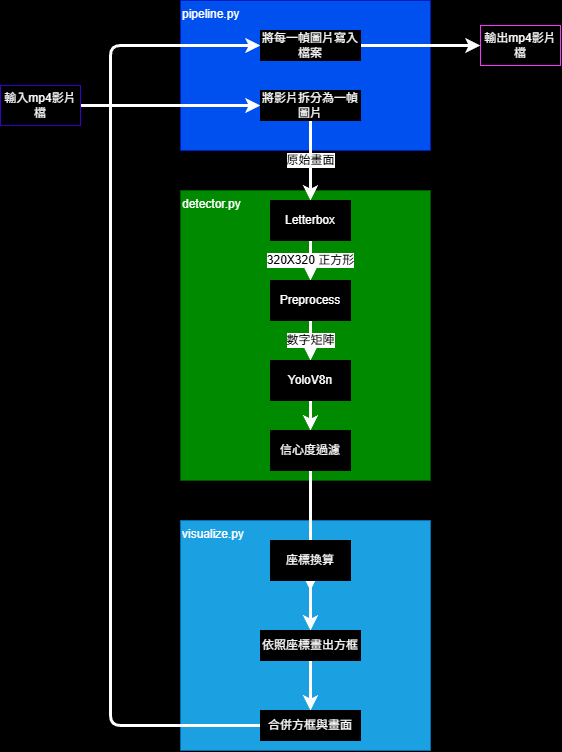
gordonpow/-Embedded-image-processing keeps this draw.io diagram as 1/img/流程圖.png. Above is the earlier version. Source tidied: cells renumbered, new cells last; positions are measured from the earlier drawing's top-left corner, leaving out a move shared by most shapes.
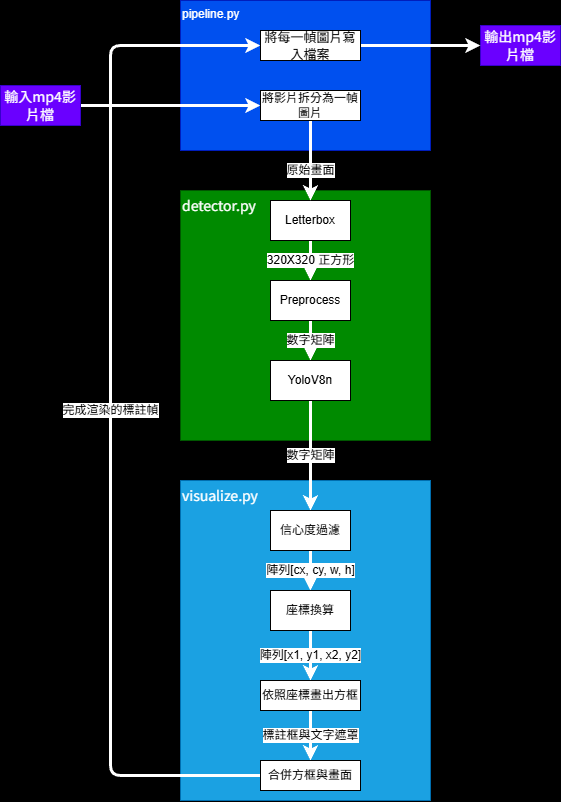
Above is the later version.

Commit message:
feat : 修改架構圖

The edit, as a diff of the source:
```diff
@@ -1,88 +1,88 @@
-<mxGraphModel background="light-dark(#000000,#000000)">
+<mxGraphModel background="#000000">
   <root>
     <mxCell id="0" />
     <mxCell id="1" parent="0" />
-    <mxCell id="2" value="pipeline.py" style="whiteSpace=wrap;fillColor=#0050ef;fontColor=light-dark(#FFFFFF,#FFFFFF);strokeColor=#001DBC;verticalAlign=top;align=left;html=1;" parent="1" vertex="1">
+    <mxCell id="2" value="pipeline.py" style="whiteSpace=wrap;html=1;fillColor=#0050ef;fontColor=#ffffff;strokeColor=#001DBC;verticalAlign=top;align=left;" parent="1" vertex="1">
       <mxGeometry x="180" width="250" height="150" as="geometry" />
     </mxCell>
-    <mxCell id="3" value="detector.py" style="whiteSpace=wrap;verticalAlign=top;align=left;fillColor=#008a00;fontColor=light-dark(#FFFFFF,#FFFFFF);strokeColor=#005700;labelBackgroundColor=none;html=1;" parent="1" vertex="1">
-      <mxGeometry x="180" y="190" width="250" height="290" as="geometry" />
+    <mxCell id="3" value="&lt;span style=&quot;color: rgb(255, 255, 255); font-family: &amp;quot;Noto Sans TC&amp;quot;, sans-serif; font-size: 14px; font-style: normal; font-variant-ligatures: normal; font-variant-caps: normal; font-weight: 400; letter-spacing: normal; orphans: 2; text-indent: 0px; text-transform: none; widows: 2; word-spacing: 0px; -webkit-text-stroke-width: 0px; text-decoration-thickness: initial; text-decoration-style: initial; text-decoration-color: initial; float: none; display: inline !important;&quot;&gt;detector.py&lt;/span&gt;" style="whiteSpace=wrap;html=1;verticalAlign=top;align=left;fillColor=#008a00;fontColor=#ffffff;strokeColor=#005700;labelBackgroundColor=none;" parent="1" vertex="1">
+      <mxGeometry x="180" y="190" width="250" height="250" as="geometry" />
     </mxCell>
-    <mxCell id="4" value="visualize.py" style="whiteSpace=wrap;align=left;verticalAlign=top;fillColor=#1ba1e2;fontColor=light-dark(#FFFFFF,#FFFFFF);strokeColor=#006EAF;labelBackgroundColor=none;html=1;" parent="1" vertex="1">
-      <mxGeometry x="180" y="520" width="250" height="230" as="geometry" />
+    <mxCell id="4" value="&lt;span style=&quot;color: rgb(255, 255, 255); font-family: &amp;quot;Noto Sans TC&amp;quot;, sans-serif; font-size: 14px; font-style: normal; font-variant-ligatures: normal; font-variant-caps: normal; font-weight: 400; letter-spacing: normal; orphans: 2; text-indent: 0px; text-transform: none; widows: 2; word-spacing: 0px; -webkit-text-stroke-width: 0px; text-decoration-thickness: initial; text-decoration-style: initial; text-decoration-color: initial; float: none; display: inline !important;&quot;&gt;&lt;span style=&quot;&quot;&gt;visualize&lt;/span&gt;.py&lt;/span&gt;" style="whiteSpace=wrap;html=1;align=left;verticalAlign=top;fillColor=#1ba1e2;fontColor=#ffffff;strokeColor=#006EAF;labelBackgroundColor=none;" parent="1" vertex="1">
+      <mxGeometry x="180" y="480" width="250" height="320" as="geometry" />
     </mxCell>
-    <mxCell id="5" value="輸出mp4影片檔" style="fillColor=light-dark(#000000,#000000);fontColor=light-dark(#FFFFFF,#FFFFFF);strokeColor=light-dark(#FF33FF,#FF33FF);labelBorderColor=none;labelBackgroundColor=none;fillStyle=auto;html=1;whiteSpace=wrap;gradientColor=none;" parent="1" vertex="1">
+    <mxCell id="5" value="&lt;font face=&quot;Noto Sans TC, sans-serif&quot; color=&quot;#ffffff&quot;&gt;&lt;span style=&quot;font-size: 14px;&quot;&gt;輸出mp4影片檔&lt;/span&gt;&lt;/font&gt;" style="whiteSpace=wrap;html=1;fillColor=#6a00ff;fontColor=#ffffff;strokeColor=#3700CC;labelBorderColor=none;labelBackgroundColor=none;" parent="1" vertex="1">
       <mxGeometry x="480" y="25" width="80" height="40" as="geometry" />
     </mxCell>
-    <mxCell id="6" value="320X320 正方形" style="edgeStyle=none;html=1;exitX=0.5;exitY=1;exitDx=0;exitDy=0;fontSize=12;strokeWidth=3;strokeColor=light-dark(#FFFFFF,#FFFFFF);" parent="1" edge="1" source="7">
+    <mxCell id="6" value="320X320 正方形" style="edgeStyle=none;html=1;exitX=0.5;exitY=1;exitDx=0;exitDy=0;fontSize=12;strokeWidth=3;strokeColor=#FFFFFF;" parent="1" edge="1" source="7">
       <mxGeometry relative="1" as="geometry">
         <mxPoint x="310" y="280" as="targetPoint" />
       </mxGeometry>
     </mxCell>
-    <mxCell id="7" value="Letterbox" style="whiteSpace=wrap;html=1;fontColor=light-dark(#FFFFFF,#FFFFFF);fillColor=light-dark(#000000,#000000);fillStyle=solid;" parent="1" vertex="1">
+    <mxCell id="7" value="Letterbox" style="whiteSpace=wrap;html=1;" parent="1" vertex="1">
       <mxGeometry x="270" y="200" width="80" height="40" as="geometry" />
     </mxCell>
-    <mxCell id="8" value="數字矩陣" style="edgeStyle=none;html=1;exitX=0.5;exitY=1;exitDx=0;exitDy=0;fontSize=12;strokeWidth=3;strokeColor=light-dark(#FFFFFF,#FFFFFF);" parent="1" edge="1" source="9">
+    <mxCell id="8" value="數字矩陣" style="edgeStyle=none;html=1;exitX=0.5;exitY=1;exitDx=0;exitDy=0;fontSize=12;strokeWidth=3;strokeColor=#FFFFFF;" parent="1" edge="1" source="9">
       <mxGeometry relative="1" as="geometry">
         <mxPoint x="310" y="360" as="targetPoint" />
       </mxGeometry>
     </mxCell>
-    <mxCell id="9" value="Preprocess" style="whiteSpace=wrap;html=1;fontColor=light-dark(#FFFFFF,#FFFFFF);fillColor=light-dark(#000000,#000000);fillStyle=solid;" parent="1" vertex="1">
+    <mxCell id="9" value="Preprocess" style="whiteSpace=wrap;html=1;" parent="1" vertex="1">
       <mxGeometry x="270" y="280" width="80" height="40" as="geometry" />
     </mxCell>
-    <mxCell id="10" style="edgeStyle=none;html=1;exitX=0.5;exitY=1;exitDx=0;exitDy=0;entryX=0.5;entryY=0;entryDx=0;entryDy=0;fontSize=12;strokeWidth=3;strokeColor=light-dark(#FFFFFF,#FFFFFF);" parent="1" edge="1" source="11" target="13">
+    <mxCell id="10" value="數字矩陣" style="edgeStyle=none;html=1;exitX=0.5;exitY=1;exitDx=0;exitDy=0;entryX=0.5;entryY=0;entryDx=0;entryDy=0;fontSize=12;strokeWidth=3;strokeColor=#FFFFFF;" parent="1" edge="1" source="11" target="13">
       <mxGeometry relative="1" as="geometry" />
     </mxCell>
-    <mxCell id="11" value="YoloV8n" style="whiteSpace=wrap;html=1;fontColor=light-dark(#FFFFFF,#FFFFFF);fillColor=light-dark(#000000,#000000);fillStyle=solid;" parent="1" vertex="1">
+    <mxCell id="11" value="YoloV8n" style="whiteSpace=wrap;html=1;" parent="1" vertex="1">
       <mxGeometry x="270" y="360" width="80" height="40" as="geometry" />
     </mxCell>
-    <mxCell id="12" style="edgeStyle=none;html=1;exitX=0.5;exitY=1;exitDx=0;exitDy=0;fontSize=12;strokeWidth=3;strokeColor=light-dark(#FFFFFF,#FFFFFF);" parent="1" edge="1" source="13">
+    <mxCell id="12" value="陣列[cx, cy, w, h]" style="edgeStyle=none;exitX=0.5;exitY=1;exitDx=0;exitDy=0;fontSize=12;strokeWidth=3;strokeColor=#FFFFFF;html=1;" parent="1" edge="1" source="13">
       <mxGeometry relative="1" as="geometry">
         <mxPoint x="309.9" y="590" as="targetPoint" />
       </mxGeometry>
     </mxCell>
-    <mxCell id="13" value="信心度過濾" style="whiteSpace=wrap;html=1;fontColor=light-dark(#FFFFFF,#FFFFFF);fillColor=light-dark(#000000,#000000);fillStyle=solid;" parent="1" vertex="1">
-      <mxGeometry x="270" y="430" width="80" height="40" as="geometry" />
+    <mxCell id="13" value="信心度過濾" style="whiteSpace=wrap;html=1;" parent="1" vertex="1">
+      <mxGeometry x="270" y="510" width="80" height="40" as="geometry" />
     </mxCell>
-    <mxCell id="14" style="edgeStyle=none;html=1;exitX=0.5;exitY=1;exitDx=0;exitDy=0;entryX=0.5;entryY=0;entryDx=0;entryDy=0;strokeColor=light-dark(#FFFFFF,#FFFFFF);strokeWidth=3;fontSize=12;" parent="1" edge="1" source="15" target="18">
+    <mxCell id="14" value="陣列[x1, y1, x2, y2]" style="edgeStyle=none;exitX=0.5;exitY=1;exitDx=0;exitDy=0;entryX=0.5;entryY=0;entryDx=0;entryDy=0;strokeColor=#FFFFFF;strokeWidth=3;fontSize=12;html=1;" parent="1" edge="1" source="15" target="18">
       <mxGeometry relative="1" as="geometry" />
     </mxCell>
-    <mxCell id="15" value="座標換算" style="whiteSpace=wrap;html=1;fontColor=light-dark(#FFFFFF,#FFFFFF);fillColor=light-dark(#000000,#000000);fillStyle=solid;" parent="1" vertex="1">
-      <mxGeometry x="270" y="540" width="80" height="40" as="geometry" />
+    <mxCell id="15" value="座標換算" style="whiteSpace=wrap;html=1;" parent="1" vertex="1">
+      <mxGeometry x="270" y="590" width="80" height="40" as="geometry" />
     </mxCell>
-    <mxCell id="16" value="原始畫面" style="edgeStyle=none;html=1;entryX=0.5;entryY=0;entryDx=0;entryDy=0;horizontal=1;fontSize=12;strokeWidth=3;strokeColor=light-dark(#FFFFFF,#FFFFFF);exitX=0.5;exitY=1;exitDx=0;exitDy=0;" parent="1" edge="1" source="23" target="7">
-      <mxGeometry relative="1" as="geometry" />
+    <mxCell id="16" value="原始畫面" style="edgeStyle=none;html=1;entryX=0.5;entryY=0;entryDx=0;entryDy=0;horizontal=1;fontSize=12;strokeWidth=3;strokeColor=#FFFFFF;exitX=0.5;exitY=1;exitDx=0;exitDy=0;" parent="1" edge="1" source="23" target="7">
+      <mxGeometry x="0.25" relative="1" as="geometry" />
     </mxCell>
-    <mxCell id="17" style="edgeStyle=none;html=1;exitX=0.5;exitY=1;exitDx=0;exitDy=0;entryX=0.5;entryY=0;entryDx=0;entryDy=0;strokeColor=light-dark(#FFFFFF,#FFFFFF);strokeWidth=3;fontSize=12;" parent="1" edge="1" source="18" target="20">
+    <mxCell id="17" value="標註框與文字遮罩" style="edgeStyle=none;exitX=0.5;exitY=1;exitDx=0;exitDy=0;entryX=0.5;entryY=0;entryDx=0;entryDy=0;strokeColor=#FFFFFF;strokeWidth=3;fontSize=12;html=1;" parent="1" edge="1" source="18" target="20">
       <mxGeometry relative="1" as="geometry" />
     </mxCell>
-    <mxCell id="18" value="依照座標畫出方框" style="whiteSpace=wrap;labelBackgroundColor=none;labelBorderColor=none;fontSize=12;html=1;fontColor=light-dark(#FFFFFF,#FFFFFF);fillColor=light-dark(#000000,#000000);fillStyle=solid;" parent="1" vertex="1">
-      <mxGeometry x="260" y="630" width="100" height="30" as="geometry" />
+    <mxCell id="18" value="依照座標畫出方框" style="whiteSpace=wrap;html=1;labelBackgroundColor=none;labelBorderColor=none;fontSize=12;" parent="1" vertex="1">
+      <mxGeometry x="260" y="680" width="100" height="30" as="geometry" />
     </mxCell>
-    <mxCell id="19" style="edgeStyle=none;html=1;exitX=0;exitY=0.5;exitDx=0;exitDy=0;strokeColor=light-dark(#FFFFFF,#FFFFFF);strokeWidth=3;fontSize=12;entryX=0;entryY=0.5;entryDx=0;entryDy=0;" parent="1" edge="1" source="20" target="25">
+    <mxCell id="19" value="完成渲染的標註幀" style="edgeStyle=none;exitX=0;exitY=0.5;exitDx=0;exitDy=0;strokeColor=#FFFFFF;strokeWidth=3;fontSize=12;entryX=0;entryY=0.5;entryDx=0;entryDy=0;html=1;" parent="1" edge="1" source="20" target="25">
       <mxGeometry relative="1" as="geometry">
         <Array as="points">
-          <mxPoint x="110" y="725" />
+          <mxPoint x="110" y="775" />
           <mxPoint x="110" y="45" />
         </Array>
       </mxGeometry>
     </mxCell>
-    <mxCell id="20" value="合併方框與畫面" style="whiteSpace=wrap;labelBackgroundColor=none;labelBorderColor=none;fontSize=12;html=1;fontColor=light-dark(#FFFFFF,#FFFFFF);fillColor=light-dark(#000000,#000000);fillStyle=solid;" parent="1" vertex="1">
-      <mxGeometry x="260" y="710" width="100" height="30" as="geometry" />
+    <mxCell id="20" value="合併方框與畫面" style="whiteSpace=wrap;html=1;labelBackgroundColor=none;labelBorderColor=none;fontSize=12;" parent="1" vertex="1">
+      <mxGeometry x="260" y="760" width="100" height="30" as="geometry" />
     </mxCell>
-    <mxCell id="21" style="edgeStyle=none;html=1;exitX=1;exitY=0.5;exitDx=0;exitDy=0;entryX=0;entryY=0.5;entryDx=0;entryDy=0;strokeColor=light-dark(#FFFFFF,#FFFFFF);strokeWidth=3;fontSize=12;" parent="1" edge="1" source="22" target="23">
+    <mxCell id="21" style="edgeStyle=none;html=1;exitX=1;exitY=0.5;exitDx=0;exitDy=0;entryX=0;entryY=0.5;entryDx=0;entryDy=0;strokeColor=#FFFFFF;strokeWidth=3;fontSize=12;" parent="1" edge="1" source="22" target="23">
       <mxGeometry relative="1" as="geometry" />
     </mxCell>
-    <mxCell id="22" value="輸入mp4影片檔" style="whiteSpace=wrap;fillColor=light-dark(#000000,#000000);fontColor=light-dark(#FFFFFF,#FFFFFF);strokeColor=#3700CC;labelBorderColor=none;labelBackgroundColor=none;html=1;fillStyle=auto;" parent="1" vertex="1">
+    <mxCell id="22" value="&lt;font face=&quot;Noto Sans TC, sans-serif&quot; color=&quot;#ffffff&quot;&gt;&lt;span style=&quot;font-size: 14px;&quot;&gt;輸入mp4影片檔&lt;/span&gt;&lt;/font&gt;" style="whiteSpace=wrap;html=1;fillColor=#6a00ff;fontColor=#ffffff;strokeColor=#3700CC;labelBorderColor=none;labelBackgroundColor=none;" parent="1" vertex="1">
       <mxGeometry y="85" width="80" height="40" as="geometry" />
     </mxCell>
-    <mxCell id="23" value="將影片拆分為一幀圖片" style="whiteSpace=wrap;labelBackgroundColor=none;labelBorderColor=none;fontSize=12;html=1;fontColor=light-dark(#FFFFFF,#FFFFFF);fillColor=light-dark(#000000,#000000);fillStyle=solid;" parent="1" vertex="1">
+    <mxCell id="23" value="將影片拆分為一幀圖片" style="whiteSpace=wrap;html=1;labelBackgroundColor=none;labelBorderColor=none;fontSize=12;" parent="1" vertex="1">
       <mxGeometry x="260" y="90" width="100" height="30" as="geometry" />
     </mxCell>
-    <mxCell id="24" style="edgeStyle=none;html=1;exitX=1;exitY=0.5;exitDx=0;exitDy=0;entryX=0;entryY=0.5;entryDx=0;entryDy=0;strokeColor=light-dark(#FFFFFF,#FFFFFF);strokeWidth=3;fontSize=12;fontColor=default;" parent="1" edge="1" source="25" target="5">
+    <mxCell id="24" style="edgeStyle=none;html=1;exitX=1;exitY=0.5;exitDx=0;exitDy=0;entryX=0;entryY=0.5;entryDx=0;entryDy=0;strokeColor=#FFFFFF;strokeWidth=3;fontSize=12;fontColor=default;" parent="1" edge="1" source="25" target="5">
       <mxGeometry relative="1" as="geometry" />
     </mxCell>
-    <mxCell id="25" value="將每一幀圖片寫入檔案" style="whiteSpace=wrap;labelBackgroundColor=none;labelBorderColor=none;fontSize=12;fontColor=light-dark(#FFFFFF,#FFFFFF);fillColor=light-dark(#000000,#000000);fillStyle=solid;html=1;" parent="1" vertex="1">
+    <mxCell id="25" value="&lt;span style=&quot;--tw-border-spacing-x: 0; --tw-border-spacing-y: 0; --tw-translate-x: 0; --tw-translate-y: 0; --tw-rotate: 0; --tw-skew-x: 0; --tw-skew-y: 0; --tw-scale-x: 1; --tw-scale-y: 1; --tw-pan-x: ; --tw-pan-y: ; --tw-pinch-zoom: ; --tw-scroll-snap-strictness: proximity; --tw-gradient-from-position: ; --tw-gradient-via-position: ; --tw-gradient-to-position: ; --tw-ordinal: ; --tw-slashed-zero: ; --tw-numeric-figure: ; --tw-numeric-spacing: ; --tw-numeric-fraction: ; --tw-ring-inset: ; --tw-ring-offset-width: 0px; --tw-ring-offset-color: #fff; --tw-ring-color: rgb(67 128 180 / .5); --tw-ring-offset-shadow: 0 0 #0000; --tw-ring-shadow: 0 0 #0000; --tw-shadow: 0 0 #0000; --tw-shadow-colored: 0 0 #0000; --tw-blur: ; --tw-brightness: ; --tw-contrast: ; --tw-grayscale: ; --tw-hue-rotate: ; --tw-invert: ; --tw-saturate: ; --tw-sepia: ; --tw-drop-shadow: ; --tw-backdrop-blur: ; --tw-backdrop-brightness: ; --tw-backdrop-contrast: ; --tw-backdrop-grayscale: ; --tw-backdrop-hue-rotate: ; --tw-backdrop-invert: ; --tw-backdrop-opacity: ; --tw-backdrop-saturate: ; --tw-backdrop-sepia: ; --tw-contain-size: ; --tw-contain-layout: ; --tw-contain-paint: ; --tw-contain-style: ; box-sizing: border-box; border-width: 0px; border-style: solid; border-color: rgb(229, 231, 235); font-family: &amp;quot;Segoe WPC&amp;quot;, &amp;quot;Segoe UI&amp;quot;, sans-serif; font-size: 13.008px; text-align: start;&quot;&gt;將每一幀圖片寫入檔案&lt;/span&gt;" style="whiteSpace=wrap;html=1;labelBackgroundColor=none;labelBorderColor=none;fontSize=12;fontColor=default;" parent="1" vertex="1">
       <mxGeometry x="260" y="30" width="100" height="30" as="geometry" />
     </mxCell>
   </root>
```
